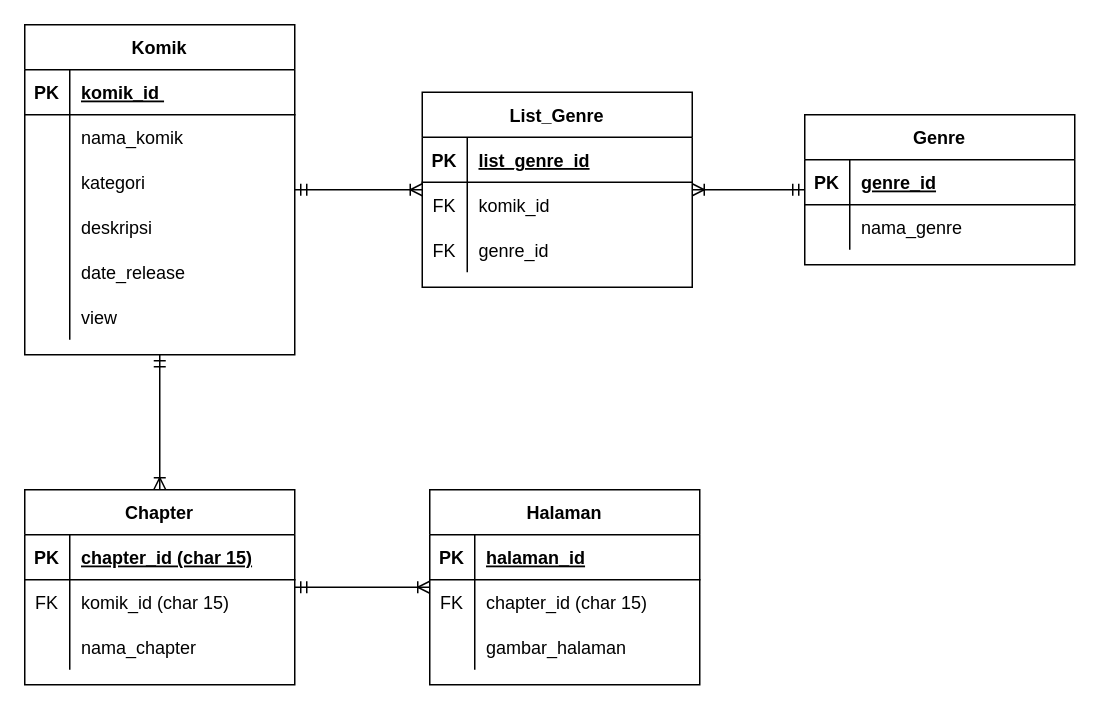
Above: page "Database" (2 of 2) of flow web.drawio in Aryanda04/web_komik (draw.io), before the change. Source tidied: cells renumbered, new cells numbered last; positions are measured from the earlier drawing's top-left corner, leaving out a move shared by most shapes. Both pictures are drawn from the tidied source at 150%, with x=0, y=0 at pixel (24, 24).
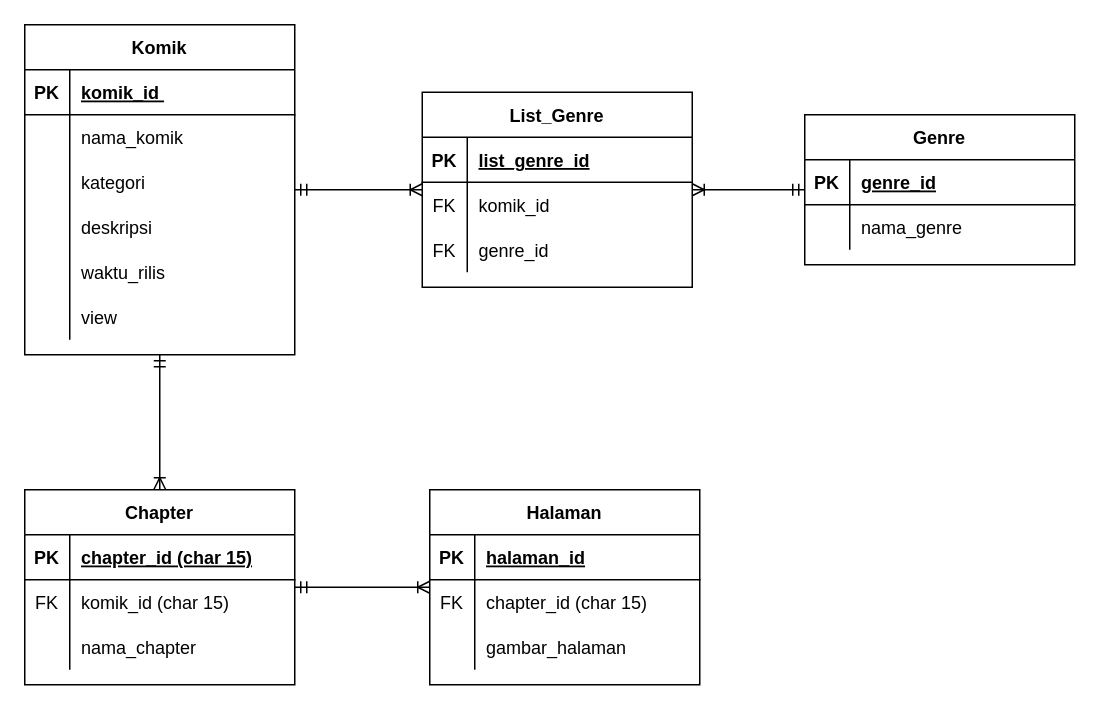
After the change.

The change refers to these unchanged cells:
```xml
<mxCell id="15" style="shape=partialRectangle;fillColor=none;top=0;left=0;bottom=0;right=0;" parent="2" vertex="1">
  <mxGeometry y="150" width="180" height="30" as="geometry" />
</mxCell>
```

The edit, as a diff of the source:
```diff
@@
-    <mxCell id="17" value="date_release" style="shape=partialRectangle;fillColor=none;top=0;left=0;bottom=0;right=0;align=left;spacingLeft=6;overflow=hidden;" parent="15" vertex="1">
+    <mxCell id="17" value="waktu_rilis" style="shape=partialRectangle;fillColor=none;top=0;left=0;bottom=0;right=0;align=left;spacingLeft=6;overflow=hidden;" parent="15" vertex="1">
       <mxGeometry x="30" width="150" height="30" as="geometry" />
     </mxCell>
```
